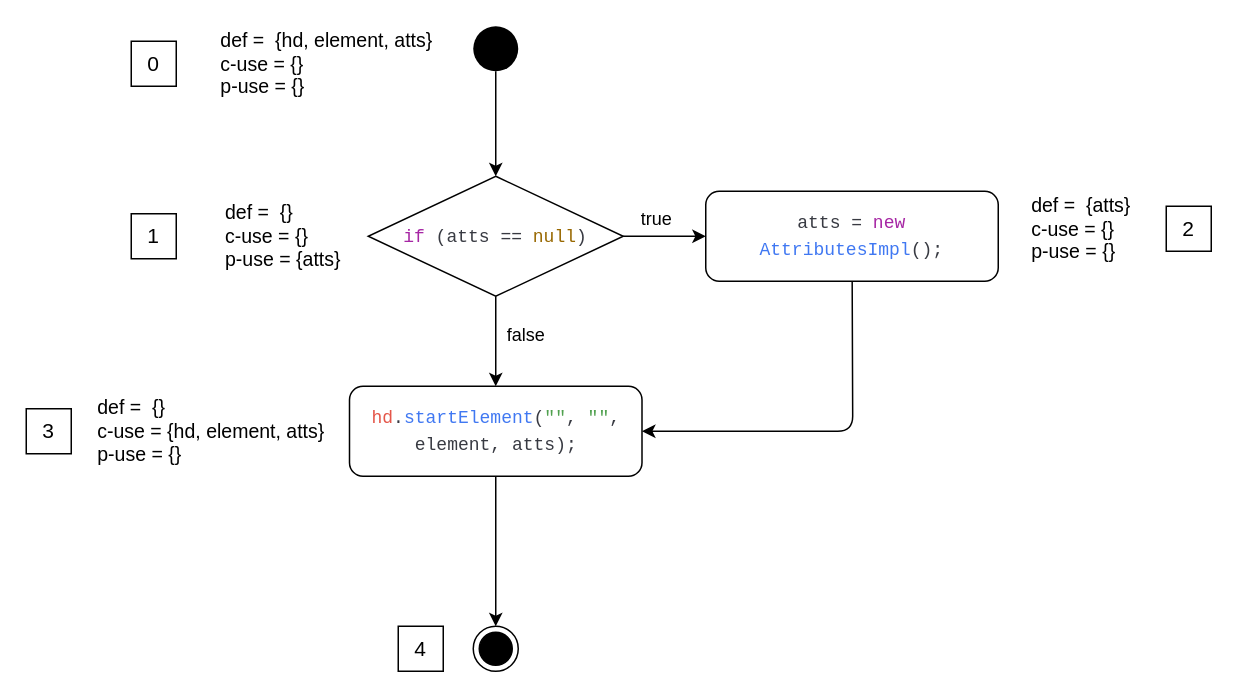
This is page "diagram" (1 of 6) of docs/08_assignment/figures/startXmlElement.drawio from Jumaruba/jtimesched, a draw.io file, before an edit. Source tidied: cells renumbered, new cells numbered last; positions are measured from the earlier drawing's top-left corner, leaving out a move shared by most shapes. Both pictures are drawn from the tidied source at 150%, with x=0, y=0 at pixel (26, 26).
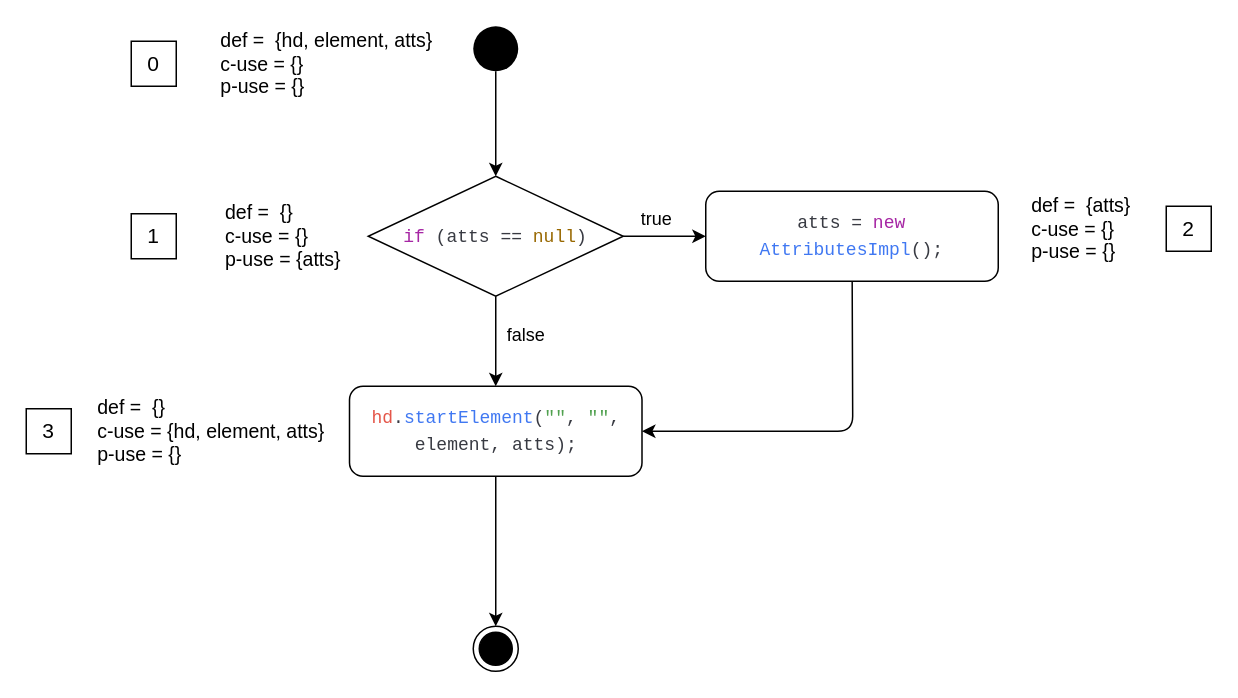
The same diagram, later.

The edit, as a diff of the source:
```diff
@@
-    <mxCell id="16" value="&lt;font style=&quot;font-size: 14px&quot;&gt;4&lt;/font&gt;" style="text;html=1;strokeColor=default;fillColor=none;align=center;verticalAlign=middle;whiteSpace=wrap;rounded=0;" parent="1" vertex="1">
-      <mxGeometry x="248" y="400" width="30" height="30" as="geometry" />
-    </mxCell>
```
